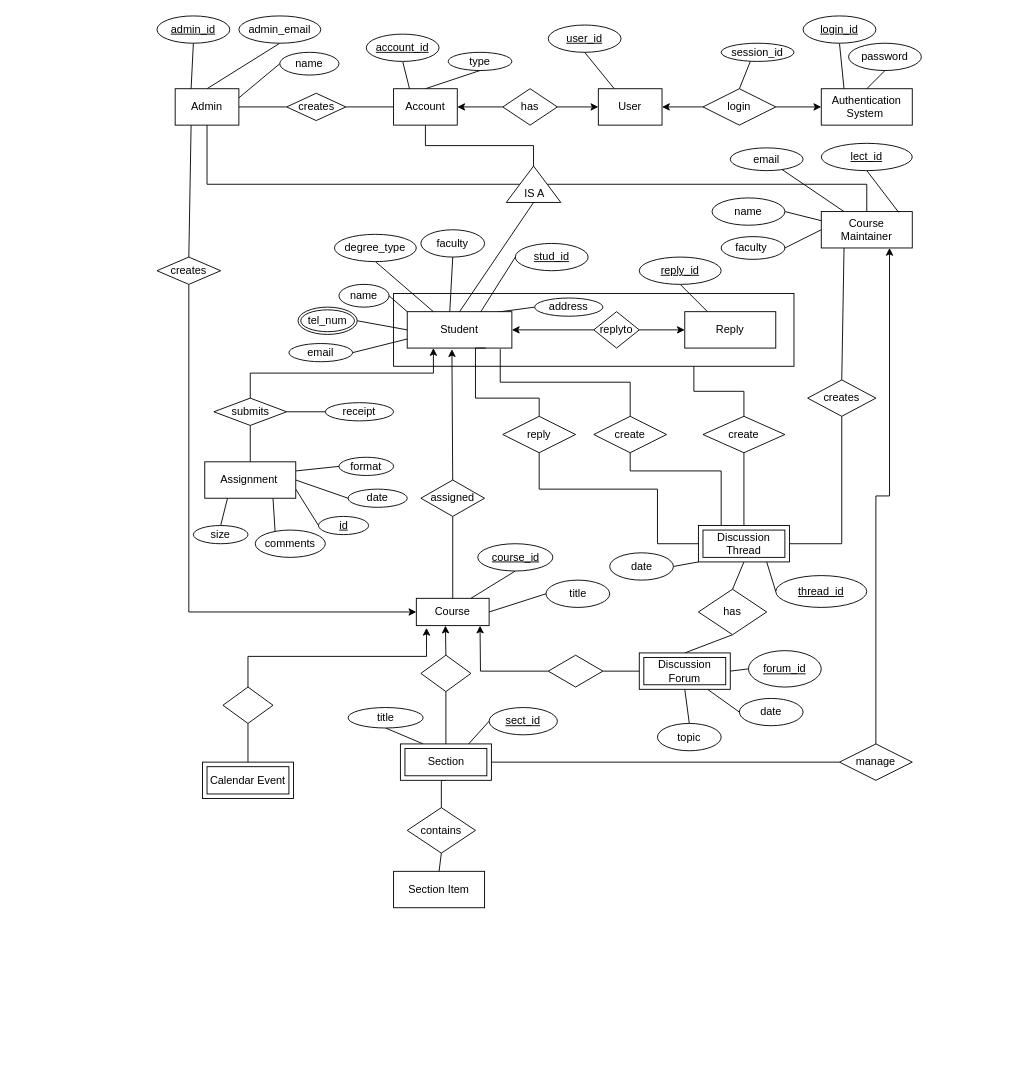
Above: Untitled Diagram.drawio in DaynaAshley/OS-Project2 (draw.io), before the change. Source tidied: cells renumbered, new cells numbered last; positions are measured from the earlier drawing's top-left corner, leaving out a move shared by most shapes. Both pictures are drawn from the tidied source at 91%, with x=0, y=0 at pixel (157, 15).
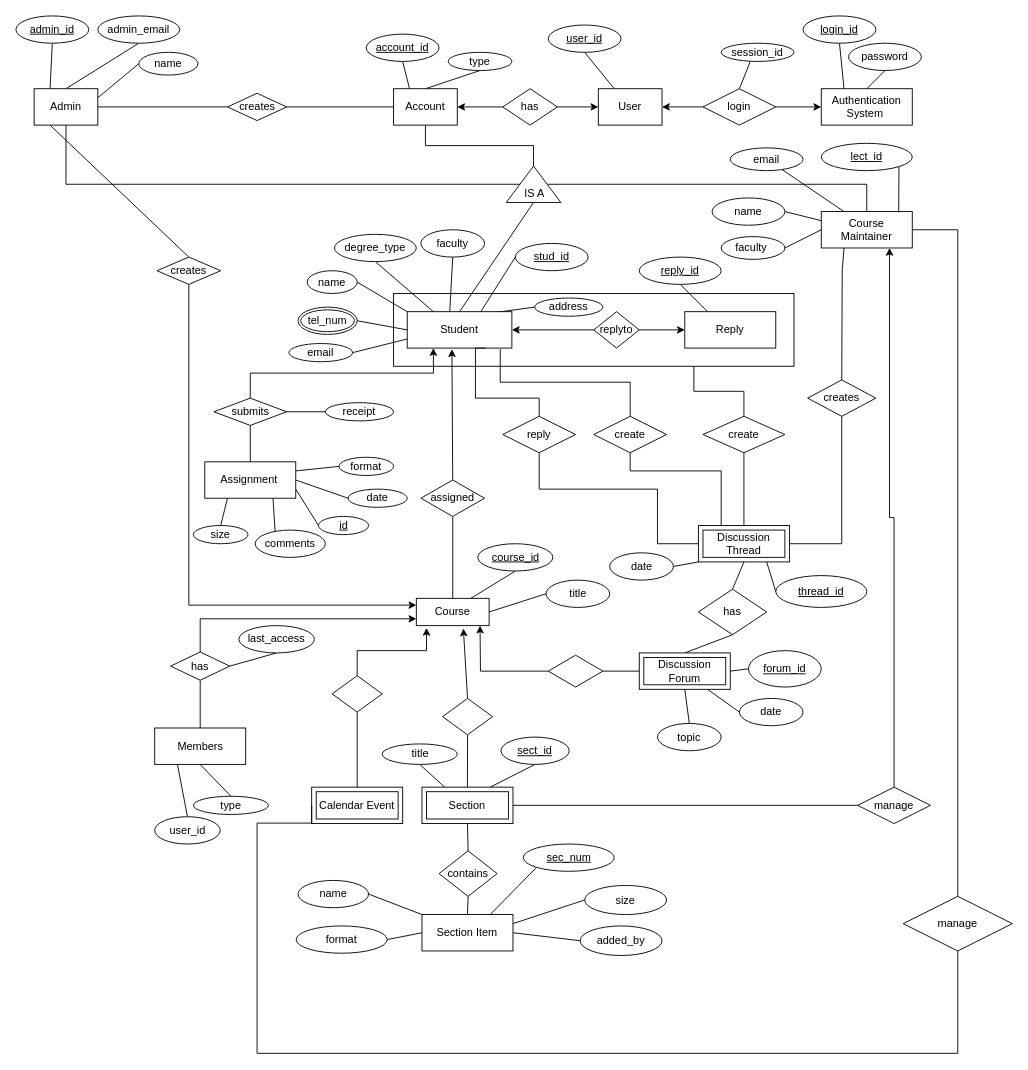
The same diagram, later.

Unchanged cells that the change refers to:
```xml
<mxCell id="4" value="Course" style="whiteSpace=wrap;html=1;align=center;" parent="1" vertex="1">
  <mxGeometry x="285" y="640" width="80" height="30" as="geometry" />
</mxCell>
<mxCell id="22" value="Course Maintainer" style="whiteSpace=wrap;html=1;align=center;" parent="1" vertex="1">
  <mxGeometry x="730" y="215" width="100" height="40" as="geometry" />
</mxCell>
<mxCell id="46" value="creates" style="shape=rhombus;perimeter=rhombusPerimeter;whiteSpace=wrap;html=1;align=center;" parent="1" vertex="1">
  <mxGeometry x="715" y="400" width="75" height="40" as="geometry" />
</mxCell>
<mxCell id="62" value="creates" style="shape=rhombus;perimeter=rhombusPerimeter;whiteSpace=wrap;html=1;align=center;" parent="1" vertex="1">
  <mxGeometry y="265" width="70" height="30" as="geometry" />
</mxCell>
<mxCell id="145" value="lect_id" style="ellipse;whiteSpace=wrap;html=1;align=center;fontStyle=4;" parent="1" vertex="1">
  <mxGeometry x="730" y="140" width="100" height="30" as="geometry" />
</mxCell>
```

What changed in the source:
```diff
@@
     <mxCell id="17" value="Admin" style="whiteSpace=wrap;html=1;align=center;" parent="1" vertex="1">
-      <mxGeometry x="20" y="80" width="70" height="40" as="geometry" />
+      <mxGeometry x="-135" y="80" width="70" height="40" as="geometry" />
     </mxCell>
     <mxCell id="18" style="edgeStyle=none;rounded=0;jettySize=auto;html=1;exitX=0.25;exitY=1;exitDx=0;exitDy=0;entryX=0.5;entryY=0;entryDx=0;entryDy=0;startArrow=none;startFill=0;endArrow=none;endFill=0;" parent="1" edge="1" source="22" target="46">
-      <mxGeometry relative="1" as="geometry" />
+      <mxGeometry relative="1" as="geometry">
+        <Array as="points">
+          <mxPoint x="753" y="280" />
+        </Array>
+      </mxGeometry>
     </mxCell>
@@
+    <mxCell id="149" style="edgeStyle=orthogonalEdgeStyle;rounded=0;jettySize=auto;html=1;exitX=1;exitY=0.5;exitDx=0;exitDy=0;startArrow=none;startFill=0;endArrow=none;endFill=0;entryX=0.5;entryY=0;entryDx=0;entryDy=0;" parent="1" edge="1" source="22" target="172">
+      <mxGeometry relative="1" as="geometry" />
+    </mxCell>
@@
-    <mxCell id="25" style="edgeStyle=none;rounded=0;jettySize=auto;html=1;exitX=0.75;exitY=0;exitDx=0;exitDy=0;entryX=0;entryY=0.5;entryDx=0;entryDy=0;startArrow=none;startFill=0;endArrow=none;endFill=0;" parent="1" edge="1" source="27" target="136">
+    <mxCell id="25" style="edgeStyle=none;rounded=0;jettySize=auto;html=1;exitX=0.75;exitY=0;exitDx=0;exitDy=0;entryX=0.5;entryY=1;entryDx=0;entryDy=0;startArrow=none;startFill=0;endArrow=none;endFill=0;" parent="1" edge="1" source="27" target="136">
       <mxGeometry relative="1" as="geometry" />
     </mxCell>
@@
     <mxCell id="27" value="Section" style="shape=ext;margin=3;double=1;whiteSpace=wrap;html=1;align=center;" parent="1" vertex="1">
-      <mxGeometry x="267.5" y="800" width="100" height="40" as="geometry" />
+      <mxGeometry x="291.2" y="847.5" width="100" height="40" as="geometry" />
     </mxCell>
+    <mxCell id="150" style="edgeStyle=none;rounded=0;jettySize=auto;html=1;exitX=1;exitY=0.5;exitDx=0;exitDy=0;entryX=0;entryY=0.5;entryDx=0;entryDy=0;startArrow=none;startFill=0;endArrow=none;endFill=0;" parent="1" edge="1" source="28" target="164">
+      <mxGeometry relative="1" as="geometry" />
+    </mxCell>
     <mxCell id="28" value="Section Item" style="whiteSpace=wrap;html=1;align=center;" parent="1" vertex="1">
-      <mxGeometry x="260" y="940" width="100" height="40" as="geometry" />
+      <mxGeometry x="291.2" y="987.5" width="100" height="40" as="geometry" />
     </mxCell>
@@
     <mxCell id="44" value="creates" style="shape=rhombus;perimeter=rhombusPerimeter;whiteSpace=wrap;html=1;align=center;" parent="1" vertex="1">
-      <mxGeometry x="142.5" y="85" width="65" height="30" as="geometry" />
+      <mxGeometry x="77.5" y="85" width="65" height="30" as="geometry" />
     </mxCell>
@@
     <mxCell id="60" value="admin_id" style="ellipse;whiteSpace=wrap;html=1;align=center;fontStyle=4;" parent="1" vertex="1">
-      <mxGeometry width="80" height="30" as="geometry" />
+      <mxGeometry x="-155" width="80" height="30" as="geometry" />
     </mxCell>
-    <mxCell id="61" style="edgeStyle=orthogonalEdgeStyle;rounded=0;jettySize=auto;html=1;exitX=0.5;exitY=1;exitDx=0;exitDy=0;entryX=0;entryY=0.5;entryDx=0;entryDy=0;startArrow=none;startFill=0;endArrow=classic;endFill=1;" parent="1" edge="1" source="62" target="4">
+    <mxCell id="61" style="edgeStyle=orthogonalEdgeStyle;rounded=0;jettySize=auto;html=1;exitX=0.5;exitY=1;exitDx=0;exitDy=0;entryX=0;entryY=0.25;entryDx=0;entryDy=0;startArrow=none;startFill=0;endArrow=classic;endFill=1;" parent="1" edge="1" source="62" target="4">
       <mxGeometry relative="1" as="geometry" />
     </mxCell>
@@
     <mxCell id="66" value="admin_email" style="ellipse;whiteSpace=wrap;html=1;align=center;" parent="1" vertex="1">
-      <mxGeometry x="90" width="90" height="30" as="geometry" />
+      <mxGeometry x="-65" width="90" height="30" as="geometry" />
     </mxCell>
@@
     <mxCell id="88" value="manage" style="shape=rhombus;perimeter=rhombusPerimeter;whiteSpace=wrap;html=1;align=center;" parent="1" vertex="1">
-      <mxGeometry x="750" y="800" width="80" height="40" as="geometry" />
+      <mxGeometry x="770" y="847.5" width="80" height="40" as="geometry" />
     </mxCell>
@@
     <mxCell id="90" value="contains" style="shape=rhombus;perimeter=rhombusPerimeter;whiteSpace=wrap;html=1;align=center;" parent="1" vertex="1">
-      <mxGeometry x="275" y="870" width="75" height="50" as="geometry" />
+      <mxGeometry x="310" y="917.5" width="63.8" height="50" as="geometry" />
     </mxCell>
@@
     <mxCell id="101" value="name" style="ellipse;whiteSpace=wrap;html=1;align=center;" parent="1" vertex="1">
-      <mxGeometry x="200" y="295" width="55" height="25" as="geometry" />
+      <mxGeometry x="165" y="280" width="55" height="25" as="geometry" />
     </mxCell>
@@
     <mxCell id="103" value="name" style="ellipse;whiteSpace=wrap;html=1;align=center;" parent="1" vertex="1">
-      <mxGeometry x="135" y="40" width="65" height="25" as="geometry" />
+      <mxGeometry x="-20" y="40" width="65" height="25" as="geometry" />
     </mxCell>
@@
-    <mxCell id="128" style="rounded=0;jettySize=auto;html=1;exitX=0.5;exitY=0;exitDx=0;exitDy=0;entryX=0.4;entryY=1;entryDx=0;entryDy=0;entryPerimeter=0;startArrow=none;startFill=0;endArrow=classic;endFill=1;" parent="1" edge="1" source="130" target="4">
+    <mxCell id="128" style="rounded=0;jettySize=auto;html=1;exitX=0.5;exitY=0;exitDx=0;exitDy=0;entryX=0.646;entryY=1.104;entryDx=0;entryDy=0;entryPerimeter=0;startArrow=none;startFill=0;endArrow=classic;endFill=1;" parent="1" edge="1" source="130" target="4">
       <mxGeometry relative="1" as="geometry" />
     </mxCell>
@@
     <mxCell id="130" style="shape=rhombus;perimeter=rhombusPerimeter;whiteSpace=wrap;html=1;align=center;" parent="1" vertex="1">
-      <mxGeometry x="290" y="702.5" width="55" height="40" as="geometry" />
+      <mxGeometry x="313.8" y="750" width="55" height="40" as="geometry" />
     </mxCell>
     <mxCell id="131" value="Calendar Event" style="shape=ext;margin=3;double=1;whiteSpace=wrap;html=1;align=center;" parent="1" vertex="1">
-      <mxGeometry x="50" y="820" width="100" height="40" as="geometry" />
+      <mxGeometry x="170" y="847.5" width="100" height="40" as="geometry" />
     </mxCell>
@@
     <mxCell id="134" style="shape=rhombus;perimeter=rhombusPerimeter;whiteSpace=wrap;html=1;align=center;" parent="1" vertex="1">
-      <mxGeometry x="72.5" y="737.5" width="55" height="40" as="geometry" />
+      <mxGeometry x="192.5" y="725" width="55" height="40" as="geometry" />
     </mxCell>
@@
     <mxCell id="136" value="sect_id" style="ellipse;whiteSpace=wrap;html=1;align=center;fontStyle=4;" parent="1" vertex="1">
-      <mxGeometry x="365" y="760" width="75" height="30" as="geometry" />
+      <mxGeometry x="378" y="792.5" width="75" height="30" as="geometry" />
     </mxCell>
     <mxCell id="137" value="title" style="ellipse;whiteSpace=wrap;html=1;align=center;" parent="1" vertex="1">
-      <mxGeometry x="210" y="760" width="82.5" height="22.5" as="geometry" />
+      <mxGeometry x="247.5" y="800" width="82.5" height="22.5" as="geometry" />
     </mxCell>
@@
-    <mxCell id="144" style="edgeStyle=none;rounded=0;jettySize=auto;html=1;exitX=0.5;exitY=1;exitDx=0;exitDy=0;entryX=0.851;entryY=0.022;entryDx=0;entryDy=0;entryPerimeter=0;startArrow=none;startFill=0;endArrow=none;endFill=0;" parent="1" edge="1" source="145" target="22">
+    <mxCell id="144" style="edgeStyle=none;rounded=0;jettySize=auto;html=1;exitX=1;exitY=1;exitDx=0;exitDy=0;entryX=0.851;entryY=0.022;entryDx=0;entryDy=0;entryPerimeter=0;startArrow=none;startFill=0;endArrow=none;endFill=0;" parent="1" edge="1" source="145" target="22">
       <mxGeometry relative="1" as="geometry" />
     </mxCell>
@@
+    <mxCell id="151" style="edgeStyle=none;rounded=0;jettySize=auto;html=1;exitX=0.25;exitY=1;exitDx=0;exitDy=0;entryX=0.5;entryY=0;entryDx=0;entryDy=0;startArrow=none;startFill=0;endArrow=none;endFill=0;" parent="1" edge="1" source="153" target="158">
+      <mxGeometry relative="1" as="geometry" />
+    </mxCell>
+    <mxCell id="152" style="edgeStyle=none;rounded=0;jettySize=auto;html=1;exitX=0.5;exitY=1;exitDx=0;exitDy=0;entryX=0.5;entryY=0;entryDx=0;entryDy=0;startArrow=none;startFill=0;endArrow=none;endFill=0;" parent="1" edge="1" source="153" target="159">
+      <mxGeometry relative="1" as="geometry" />
+    </mxCell>
+    <mxCell id="153" value="Members" style="whiteSpace=wrap;html=1;align=center;" parent="1" vertex="1">
+      <mxGeometry x="-2.5" y="782.5" width="100" height="40" as="geometry" />
+    </mxCell>
+    <mxCell id="154" style="edgeStyle=orthogonalEdgeStyle;rounded=0;jettySize=auto;html=1;exitX=0.5;exitY=0;exitDx=0;exitDy=0;entryX=0;entryY=0.75;entryDx=0;entryDy=0;startArrow=none;startFill=0;endArrow=classic;endFill=1;" parent="1" edge="1" source="157" target="4">
+      <mxGeometry relative="1" as="geometry" />
+    </mxCell>
+    <mxCell id="155" style="edgeStyle=none;rounded=0;jettySize=auto;html=1;exitX=0.5;exitY=1;exitDx=0;exitDy=0;entryX=0.5;entryY=0;entryDx=0;entryDy=0;startArrow=none;startFill=0;endArrow=none;endFill=0;" parent="1" edge="1" source="157" target="153">
+      <mxGeometry relative="1" as="geometry" />
+    </mxCell>
+    <mxCell id="156" style="rounded=0;jettySize=auto;html=1;exitX=1;exitY=0.5;exitDx=0;exitDy=0;entryX=0.5;entryY=1;entryDx=0;entryDy=0;startArrow=none;startFill=0;endArrow=none;endFill=0;" parent="1" edge="1" source="157" target="160">
+      <mxGeometry relative="1" as="geometry" />
+    </mxCell>
+    <mxCell id="157" value="has" style="shape=rhombus;perimeter=rhombusPerimeter;whiteSpace=wrap;html=1;align=center;" parent="1" vertex="1">
+      <mxGeometry x="15" y="699" width="65" height="31" as="geometry" />
+    </mxCell>
+    <mxCell id="158" value="user_id" style="ellipse;whiteSpace=wrap;html=1;align=center;" parent="1" vertex="1">
+      <mxGeometry x="-2.5" y="880" width="72" height="30" as="geometry" />
+    </mxCell>
+    <mxCell id="159" value="type" style="ellipse;whiteSpace=wrap;html=1;align=center;" parent="1" vertex="1">
+      <mxGeometry x="40" y="857.5" width="82.5" height="20" as="geometry" />
+    </mxCell>
+    <mxCell id="160" value="last_access" style="ellipse;whiteSpace=wrap;html=1;align=center;" parent="1" vertex="1">
+      <mxGeometry x="90" y="670" width="83" height="30" as="geometry" />
+    </mxCell>
+    <mxCell id="161" style="edgeStyle=none;rounded=0;orthogonalLoop=1;jettySize=auto;html=1;exitX=0.5;exitY=1;exitDx=0;exitDy=0;startArrow=none;startFill=0;endArrow=none;endFill=0;" parent="1" edge="1" source="131" target="131">
+      <mxGeometry relative="1" as="geometry" />
+    </mxCell>
+    <mxCell id="162" style="edgeStyle=none;rounded=0;jettySize=auto;html=1;exitX=0;exitY=0.5;exitDx=0;exitDy=0;entryX=1;entryY=0.25;entryDx=0;entryDy=0;startArrow=none;startFill=0;endArrow=none;endFill=0;" parent="1" edge="1" source="163" target="28">
+      <mxGeometry relative="1" as="geometry" />
+    </mxCell>
+    <mxCell id="163" value="size" style="ellipse;whiteSpace=wrap;html=1;align=center;" parent="1" vertex="1">
+      <mxGeometry x="470" y="955.5" width="90" height="32" as="geometry" />
+    </mxCell>
+    <mxCell id="164" value="added_by" style="ellipse;whiteSpace=wrap;html=1;align=center;" parent="1" vertex="1">
+      <mxGeometry x="465" y="1000" width="90" height="32.5" as="geometry" />
+    </mxCell>
+    <mxCell id="165" style="edgeStyle=none;rounded=0;jettySize=auto;html=1;exitX=1;exitY=0.5;exitDx=0;exitDy=0;entryX=0;entryY=0;entryDx=0;entryDy=0;startArrow=none;startFill=0;endArrow=none;endFill=0;" parent="1" edge="1" source="166" target="28">
+      <mxGeometry relative="1" as="geometry" />
+    </mxCell>
+    <mxCell id="166" value="name" style="ellipse;whiteSpace=wrap;html=1;align=center;" parent="1" vertex="1">
+      <mxGeometry x="155" y="950" width="77.5" height="30" as="geometry" />
+    </mxCell>
+    <mxCell id="167" style="edgeStyle=none;rounded=0;jettySize=auto;html=1;exitX=1;exitY=0.5;exitDx=0;exitDy=0;entryX=0;entryY=0.5;entryDx=0;entryDy=0;startArrow=none;startFill=0;endArrow=none;endFill=0;" parent="1" edge="1" source="168" target="28">
+      <mxGeometry relative="1" as="geometry" />
+    </mxCell>
+    <mxCell id="168" value="format" style="ellipse;whiteSpace=wrap;html=1;align=center;" parent="1" vertex="1">
+      <mxGeometry x="153" y="1000" width="100" height="30" as="geometry" />
+    </mxCell>
+    <mxCell id="169" style="edgeStyle=none;rounded=0;jettySize=auto;html=1;exitX=0;exitY=1;exitDx=0;exitDy=0;entryX=0.75;entryY=0;entryDx=0;entryDy=0;startArrow=none;startFill=0;endArrow=none;endFill=0;" parent="1" edge="1" source="170" target="28">
+      <mxGeometry relative="1" as="geometry" />
+    </mxCell>
+    <mxCell id="170" value="sec_num" style="ellipse;whiteSpace=wrap;html=1;align=center;fontStyle=4;" parent="1" vertex="1">
+      <mxGeometry x="402.5" y="910" width="100" height="30" as="geometry" />
+    </mxCell>
+    <mxCell id="171" style="edgeStyle=orthogonalEdgeStyle;rounded=0;jettySize=auto;html=1;exitX=0.5;exitY=1;exitDx=0;exitDy=0;entryX=0;entryY=0.5;entryDx=0;entryDy=0;startArrow=none;startFill=0;endArrow=none;endFill=0;" parent="1" edge="1" source="172" target="131">
+      <mxGeometry relative="1" as="geometry">
+        <Array as="points">
+          <mxPoint x="880" y="1140" />
+          <mxPoint x="110" y="1140" />
+          <mxPoint x="110" y="887" />
+          <mxPoint x="170" y="887" />
+        </Array>
+      </mxGeometry>
+    </mxCell>
+    <mxCell id="172" value="manage" style="shape=rhombus;perimeter=rhombusPerimeter;whiteSpace=wrap;html=1;align=center;" parent="1" vertex="1">
+      <mxGeometry x="820" y="967.5" width="120" height="60" as="geometry" />
+    </mxCell>
```
